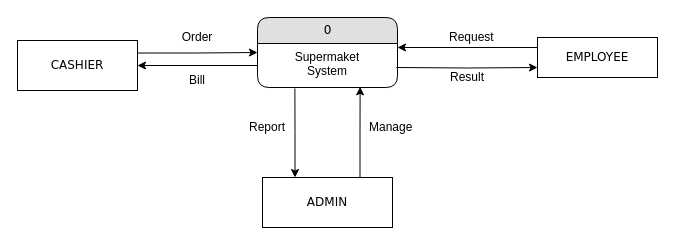
Above: assets/Context-Diagram-Supermaket-System.drawio in vanluong94/aptech-market-management-system (draw.io), before the change. Source tidied: cells renumbered, new cells numbered last; positions are measured from the earlier drawing's top-left corner, leaving out a move shared by most shapes. Both pictures are drawn from the tidied source at 100%, with x=0, y=0 at pixel (17, 17).
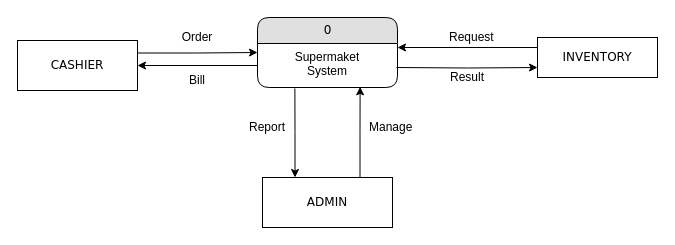
Above is the later version.

Commit message:
[update] rename employee to inventory

Diff of the diagram source:
```diff
@@
 <mxGraphModel background="#ffffff">
   <root>
     <mxCell id="0" />
     <mxCell id="1" parent="0" />
     <mxCell id="2" style="edgeStyle=orthogonalEdgeStyle;rounded=0;jettySize=auto;html=1;entryX=1;entryY=0.091;entryDx=0;entryDy=0;entryPerimeter=0;exitX=0;exitY=0.25;exitDx=0;exitDy=0;" parent="1" edge="1" source="3" target="7">
       <mxGeometry relative="1" as="geometry" />
     </mxCell>
-    <mxCell id="3" value="EMPLOYEE" style="whiteSpace=wrap;html=1;rounded=0;shadow=0;comic=0;labelBackgroundColor=none;strokeWidth=1;fontFamily=Verdana;fontSize=12;align=center;" parent="1" vertex="1">
+    <mxCell id="3" value="INVENTORY" style="whiteSpace=wrap;html=1;rounded=0;shadow=0;comic=0;labelBackgroundColor=none;strokeWidth=1;fontFamily=Verdana;fontSize=12;align=center;" parent="1" vertex="1">
       <mxGeometry x="520" y="20" width="120" height="40" as="geometry" />
     </mxCell>
     <mxCell id="4" style="edgeStyle=orthogonalEdgeStyle;rounded=0;jettySize=auto;html=1;exitX=1;exitY=0.25;exitDx=0;exitDy=0;" parent="1" edge="1" source="5" target="6">
       <mxGeometry relative="1" as="geometry" />
     </mxCell>
     <mxCell id="5" value="CASHIER" style="whiteSpace=wrap;html=1;rounded=0;shadow=0;comic=0;labelBackgroundColor=none;strokeWidth=1;fontFamily=Verdana;fontSize=12;align=center;" parent="1" vertex="1">
       <mxGeometry y="23" width="120" height="50" as="geometry" />
     </mxCell>
     <mxCell id="6" value="0" style="swimlane;html=1;fontStyle=0;horizontal=1;startSize=26;fillColor=#e0e0e0;swimlaneFillColor=#ffffff;align=center;rounded=1;shadow=0;comic=0;labelBackgroundColor=none;strokeWidth=1;fontFamily=Verdana;fontSize=12;" parent="1" vertex="1">
       <mxGeometry x="240" width="140" height="70" as="geometry" />
     </mxCell>
     <mxCell id="7" value="Supermaket&lt;br&gt;System" style="text;html=1;strokeColor=none;fillColor=none;spacingLeft=4;spacingRight=4;whiteSpace=wrap;overflow=hidden;points=[[0,0.5],[1,0.5]];portConstraint=eastwest;align=center;" parent="6" vertex="1">
       <mxGeometry y="26" width="140" height="44" as="geometry" />
     </mxCell>
     <mxCell id="8" value="Order" style="text;html=1;strokeColor=none;fillColor=none;align=center;verticalAlign=middle;whiteSpace=wrap;rounded=0;" parent="1" vertex="1">
       <mxGeometry x="160" y="10" width="40" height="20" as="geometry" />
     </mxCell>
     <mxCell id="9" value="Bill" style="text;html=1;strokeColor=none;fillColor=none;align=center;verticalAlign=middle;whiteSpace=wrap;rounded=0;" parent="1" vertex="1">
       <mxGeometry x="160" y="53" width="40" height="20" as="geometry" />
     </mxCell>
     <mxCell id="10" style="edgeStyle=orthogonalEdgeStyle;rounded=0;jettySize=auto;html=1;entryX=0;entryY=0.75;entryDx=0;entryDy=0;" parent="1" edge="1" target="3">
       <mxGeometry relative="1" as="geometry">
         <mxPoint x="379" y="50" as="sourcePoint" />
       </mxGeometry>
     </mxCell>
     <mxCell id="11" style="edgeStyle=orthogonalEdgeStyle;rounded=0;jettySize=auto;html=1;entryX=1;entryY=0.5;entryDx=0;entryDy=0;startArrow=none;startFill=0;endArrow=classic;endFill=1;" parent="1" edge="1" source="7" target="5">
       <mxGeometry relative="1" as="geometry" />
     </mxCell>
     <mxCell id="12" style="edgeStyle=orthogonalEdgeStyle;rounded=0;jettySize=auto;html=1;entryX=0.733;entryY=0.985;entryDx=0;entryDy=0;entryPerimeter=0;startArrow=none;startFill=0;endArrow=classic;endFill=1;exitX=0.75;exitY=0;exitDx=0;exitDy=0;" parent="1" edge="1" source="14" target="7">
       <mxGeometry relative="1" as="geometry" />
     </mxCell>
     <mxCell id="13" style="edgeStyle=orthogonalEdgeStyle;rounded=0;jettySize=auto;html=1;entryX=0.267;entryY=1.023;entryDx=0;entryDy=0;entryPerimeter=0;startArrow=classic;startFill=1;endArrow=none;endFill=0;exitX=0.25;exitY=0;exitDx=0;exitDy=0;" parent="1" edge="1" source="14" target="7">
       <mxGeometry relative="1" as="geometry" />
     </mxCell>
     <mxCell id="14" value="ADMIN" style="whiteSpace=wrap;html=1;rounded=0;shadow=0;comic=0;labelBackgroundColor=none;strokeWidth=1;fontFamily=Verdana;fontSize=12;align=center;" parent="1" vertex="1">
       <mxGeometry x="245" y="160" width="130" height="50" as="geometry" />
     </mxCell>
     <mxCell id="15" value="Request" style="text;html=1;strokeColor=none;fillColor=none;align=left;verticalAlign=middle;whiteSpace=wrap;rounded=0;" parent="1" vertex="1">
       <mxGeometry x="430" y="10" width="40" height="20" as="geometry" />
     </mxCell>
     <mxCell id="16" value="Result" style="text;html=1;strokeColor=none;fillColor=none;align=center;verticalAlign=middle;whiteSpace=wrap;rounded=0;" parent="1" vertex="1">
       <mxGeometry x="430" y="50" width="40" height="20" as="geometry" />
     </mxCell>
     <mxCell id="17" value="Report" style="text;html=1;strokeColor=none;fillColor=none;align=center;verticalAlign=middle;whiteSpace=wrap;rounded=0;" parent="1" vertex="1">
       <mxGeometry x="230" y="100" width="40" height="20" as="geometry" />
     </mxCell>
     <mxCell id="18" value="Manage" style="text;html=1;strokeColor=none;fillColor=none;align=left;verticalAlign=middle;whiteSpace=wrap;rounded=0;" parent="1" vertex="1">
       <mxGeometry x="350" y="100" width="40" height="20" as="geometry" />
     </mxCell>
   </root>
 </mxGraphModel>
```
